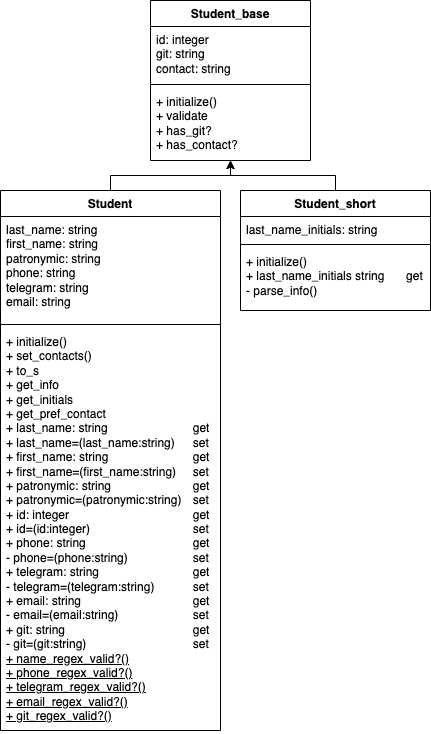
The draw.io diagram Students/UML_Student.png in MishaBlinsky/design_patterns, before a commit. Source tidied: cells renumbered, new cells last; positions are measured from the earlier drawing's top-left corner, leaving out a move shared by most shapes.
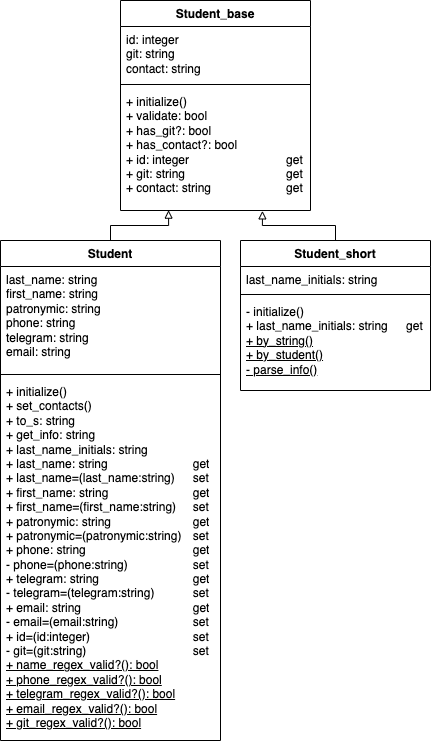
Above is the later version.

Change to the diagram source:
```diff
@@ -3,7 +3,7 @@
     <mxCell id="0" />
     <mxCell id="1" parent="0" />
     <mxCell id="2" value="Student" style="swimlane;fontStyle=1;align=center;verticalAlign=top;horizontal=1;startSize=26;whiteSpace=wrap;html=1;" parent="1" vertex="1">
-      <mxGeometry y="190" width="220" height="540" as="geometry" />
+      <mxGeometry y="190" width="220" height="500" as="geometry" />
     </mxCell>
     <mxCell id="3" value="last_name: string&lt;div&gt;first_name&lt;span style=&quot;background-color: initial;&quot;&gt;: string&lt;/span&gt;&lt;/div&gt;&lt;div&gt;patronymic&lt;span style=&quot;background-color: initial;&quot;&gt;: string&lt;/span&gt;&lt;/div&gt;&lt;div&gt;phone&lt;span style=&quot;background-color: initial;&quot;&gt;: string&lt;/span&gt;&lt;/div&gt;&lt;div&gt;telegram&lt;span style=&quot;background-color: initial;&quot;&gt;: string&lt;/span&gt;&lt;/div&gt;&lt;div&gt;email&lt;span style=&quot;background-color: initial;&quot;&gt;: string&lt;/span&gt;&lt;/div&gt;" style="text;strokeColor=none;fillColor=none;align=left;verticalAlign=top;spacingLeft=4;spacingRight=4;overflow=hidden;whiteSpace=wrap;html=1;" parent="2" vertex="1">
       <mxGeometry y="26" width="220" height="104" as="geometry" />
@@ -11,23 +11,23 @@
     <mxCell id="4" style="line;strokeWidth=1;fillColor=none;align=left;verticalAlign=middle;spacingTop=-1;spacingLeft=3;spacingRight=3;labelPosition=right;strokeColor=inherit;" parent="2" vertex="1">
       <mxGeometry y="130" width="220" height="8" as="geometry" />
     </mxCell>
-    <mxCell id="5" value="+ initialize()&lt;div&gt;+ set_contacts()&lt;/div&gt;&lt;div&gt;+ to_s&lt;/div&gt;&lt;div&gt;&lt;div&gt;+&amp;nbsp;get_info&lt;/div&gt;&lt;div&gt;+ get_initials&lt;/div&gt;&lt;div&gt;+&amp;nbsp;get_pref_contact&lt;/div&gt;&lt;/div&gt;&lt;div style=&quot;&quot;&gt;+ last_name: string&lt;span style=&quot;white-space: pre;&quot;&gt;&#9;&lt;/span&gt;&lt;span style=&quot;white-space: pre;&quot;&gt;&#9;&lt;span style=&quot;white-space: pre;&quot;&gt;&#9;&lt;/span&gt;&lt;span style=&quot;white-space: pre;&quot;&gt;&#9;&lt;/span&gt;&lt;/span&gt;get&lt;/div&gt;&lt;div&gt;+ last_name=(last_name:string)&lt;span style=&quot;white-space: pre;&quot;&gt;&#9;&lt;/span&gt;set&lt;/div&gt;&lt;div&gt;+ first_name: string&lt;span style=&quot;white-space: pre;&quot;&gt;&#9;&lt;/span&gt;&lt;span style=&quot;white-space: pre;&quot;&gt;&#9;&lt;/span&gt;&lt;span style=&quot;white-space: pre;&quot;&gt;&#9;&lt;/span&gt;&lt;span style=&quot;white-space: pre;&quot;&gt;&#9;&lt;/span&gt;get&lt;/div&gt;&lt;div&gt;+ first_name=(first_name:string)&lt;span style=&quot;white-space: pre;&quot;&gt;&#9;&lt;/span&gt;set&lt;/div&gt;&lt;div&gt;+ patronymic: string&lt;span style=&quot;white-space: pre;&quot;&gt;&#9;&lt;/span&gt;&lt;span style=&quot;white-space: pre;&quot;&gt;&#9;&lt;/span&gt;&lt;span style=&quot;white-space: pre;&quot;&gt;&#9;&lt;/span&gt;get&lt;/div&gt;&lt;div&gt;+ patronymic=(patronymic:string)&lt;span style=&quot;white-space: pre;&quot;&gt;&#9;&lt;/span&gt;set&lt;/div&gt;&lt;div&gt;+ id: integer&lt;span style=&quot;white-space: pre;&quot;&gt;&#9;&lt;/span&gt;&lt;span style=&quot;white-space: pre;&quot;&gt;&#9;&lt;/span&gt;&lt;span style=&quot;white-space: pre;&quot;&gt;&#9;&lt;/span&gt;&lt;span style=&quot;white-space: pre;&quot;&gt;&#9;&lt;/span&gt;&lt;span style=&quot;white-space: pre;&quot;&gt;&#9;&lt;/span&gt;get&lt;/div&gt;&lt;div&gt;+ id=(id:integer)&lt;span style=&quot;white-space: pre;&quot;&gt;&#9;&lt;/span&gt;&lt;span style=&quot;white-space: pre;&quot;&gt;&#9;&lt;/span&gt;&lt;span style=&quot;white-space: pre;&quot;&gt;&#9;&lt;/span&gt;&lt;span style=&quot;white-space: pre;&quot;&gt;&#9;&lt;/span&gt;set&lt;/div&gt;&lt;div&gt;+ phone: string&lt;span style=&quot;white-space: pre;&quot;&gt;&#9;&lt;/span&gt;&lt;span style=&quot;white-space: pre;&quot;&gt;&#9;&lt;/span&gt;&lt;span style=&quot;white-space: pre;&quot;&gt;&#9;&lt;/span&gt;&lt;span style=&quot;white-space: pre;&quot;&gt;&#9;&lt;/span&gt;get&lt;/div&gt;&lt;div&gt;- phone=(phone:string)&lt;span style=&quot;white-space: pre;&quot;&gt;&#9;&lt;/span&gt;&lt;span style=&quot;white-space: pre;&quot;&gt;&#9;&lt;/span&gt;&lt;span style=&quot;white-space: pre;&quot;&gt;&#9;&lt;/span&gt;set&lt;/div&gt;&lt;div&gt;+ telegram: string&lt;span style=&quot;white-space: pre;&quot;&gt;&#9;&lt;/span&gt;&lt;span style=&quot;white-space: pre;&quot;&gt;&#9;&lt;/span&gt;&lt;span style=&quot;white-space: pre;&quot;&gt;&#9;&lt;/span&gt;&lt;span style=&quot;white-space: pre;&quot;&gt;&#9;&lt;/span&gt;get&lt;/div&gt;&lt;div&gt;- telegram=(telegram:string)&lt;span style=&quot;white-space: pre;&quot;&gt;&#9;&lt;/span&gt;&lt;span style=&quot;white-space: pre;&quot;&gt;&#9;&lt;/span&gt;set&lt;/div&gt;&lt;div&gt;+ email: string&lt;span style=&quot;white-space: pre;&quot;&gt;&#9;&lt;/span&gt;&lt;span style=&quot;white-space: pre;&quot;&gt;&#9;&lt;/span&gt;&lt;span style=&quot;white-space: pre;&quot;&gt;&#9;&lt;/span&gt;&lt;span style=&quot;white-space: pre;&quot;&gt;&#9;&lt;/span&gt;&lt;span style=&quot;white-space: pre;&quot;&gt;&#9;&lt;/span&gt;get&lt;/div&gt;&lt;div&gt;- email=(email:string)&lt;span style=&quot;white-space: pre;&quot;&gt;&#9;&lt;/span&gt;&lt;span style=&quot;white-space: pre;&quot;&gt;&#9;&lt;/span&gt;&lt;span style=&quot;white-space: pre;&quot;&gt;&#9;&lt;/span&gt;set&lt;/div&gt;&lt;div&gt;+ git: string&lt;span style=&quot;white-space: pre;&quot;&gt;&#9;&lt;/span&gt;&lt;span style=&quot;white-space: pre;&quot;&gt;&#9;&lt;/span&gt;&lt;span style=&quot;white-space: pre;&quot;&gt;&#9;&lt;/span&gt;&lt;span style=&quot;white-space: pre;&quot;&gt;&#9;&lt;/span&gt;&lt;span style=&quot;white-space: pre;&quot;&gt;&#9;&lt;/span&gt;get&lt;/div&gt;&lt;div&gt;- git=(git:string)&lt;span style=&quot;white-space: pre;&quot;&gt;&#9;&lt;/span&gt;&lt;span style=&quot;white-space: pre;&quot;&gt;&#9;&lt;/span&gt;&lt;span style=&quot;white-space: pre;&quot;&gt;&#9;&lt;/span&gt;&lt;span style=&quot;white-space: pre;&quot;&gt;&#9;&lt;/span&gt;set&lt;/div&gt;&lt;div&gt;&lt;u&gt;+ name_regex_valid?()&lt;/u&gt;&lt;/div&gt;&lt;div&gt;&lt;u&gt;+ phone_regex_valid?()&lt;/u&gt;&lt;/div&gt;&lt;div&gt;&lt;div&gt;&lt;u&gt;+ telegram_regex_valid?()&lt;/u&gt;&lt;/div&gt;&lt;div&gt;&lt;u&gt;+ email_regex_valid?()&lt;/u&gt;&lt;/div&gt;&lt;/div&gt;&lt;div&gt;&lt;u&gt;+ git_regex_valid?()&lt;/u&gt;&lt;/div&gt;" style="text;strokeColor=none;fillColor=none;align=left;verticalAlign=top;spacingLeft=4;spacingRight=4;overflow=hidden;whiteSpace=wrap;html=1;" parent="2" vertex="1">
-      <mxGeometry y="138" width="220" height="402" as="geometry" />
+    <mxCell id="5" value="+ initialize()&lt;div&gt;+ set_contacts()&lt;/div&gt;&lt;div&gt;+ to_s&lt;span style=&quot;background-color: initial;&quot;&gt;: string&lt;/span&gt;&lt;/div&gt;&lt;div&gt;&lt;div&gt;+&amp;nbsp;get_info&lt;span style=&quot;background-color: initial;&quot;&gt;: string&lt;/span&gt;&lt;/div&gt;&lt;div&gt;+&amp;nbsp;&lt;span style=&quot;background-color: initial;&quot;&gt;last_name_initials&lt;/span&gt;&lt;span style=&quot;background-color: initial;&quot;&gt;: string&lt;/span&gt;&lt;/div&gt;&lt;div&gt;&lt;span style=&quot;background-color: initial;&quot;&gt;+ last_name: string&lt;/span&gt;&lt;span style=&quot;background-color: initial; white-space: pre;&quot;&gt;&#9;&lt;/span&gt;&lt;span style=&quot;background-color: initial; white-space: pre;&quot;&gt;&#9;&lt;span style=&quot;white-space: pre;&quot;&gt;&#9;&lt;/span&gt;&lt;span style=&quot;white-space: pre;&quot;&gt;&#9;&lt;/span&gt;&lt;/span&gt;&lt;span style=&quot;background-color: initial;&quot;&gt;get&lt;/span&gt;&lt;/div&gt;&lt;/div&gt;&lt;div&gt;+ last_name=(last_name:string)&lt;span style=&quot;white-space: pre;&quot;&gt;&#9;&lt;/span&gt;set&lt;/div&gt;&lt;div&gt;+ first_name: string&lt;span style=&quot;white-space: pre;&quot;&gt;&#9;&lt;/span&gt;&lt;span style=&quot;white-space: pre;&quot;&gt;&#9;&lt;/span&gt;&lt;span style=&quot;white-space: pre;&quot;&gt;&#9;&lt;/span&gt;&lt;span style=&quot;white-space: pre;&quot;&gt;&#9;&lt;/span&gt;get&lt;/div&gt;&lt;div&gt;+ first_name=(first_name:string)&lt;span style=&quot;white-space: pre;&quot;&gt;&#9;&lt;/span&gt;set&lt;/div&gt;&lt;div&gt;+ patronymic: string&lt;span style=&quot;white-space: pre;&quot;&gt;&#9;&lt;/span&gt;&lt;span style=&quot;white-space: pre;&quot;&gt;&#9;&lt;/span&gt;&lt;span style=&quot;white-space: pre;&quot;&gt;&#9;&lt;/span&gt;get&lt;/div&gt;&lt;div&gt;+ patronymic=(patronymic:string)&lt;span style=&quot;white-space: pre;&quot;&gt;&#9;&lt;/span&gt;set&lt;/div&gt;&lt;div&gt;&lt;span style=&quot;background-color: initial;&quot;&gt;+ phone: string&lt;/span&gt;&lt;span style=&quot;background-color: initial; white-space: pre;&quot;&gt;&#9;&lt;/span&gt;&lt;span style=&quot;background-color: initial; white-space: pre;&quot;&gt;&#9;&lt;/span&gt;&lt;span style=&quot;background-color: initial; white-space: pre;&quot;&gt;&#9;&lt;/span&gt;&lt;span style=&quot;background-color: initial; white-space: pre;&quot;&gt;&#9;&lt;/span&gt;&lt;span style=&quot;background-color: initial;&quot;&gt;get&lt;/span&gt;&lt;br&gt;&lt;/div&gt;&lt;div&gt;- phone=(phone:string)&lt;span style=&quot;white-space: pre;&quot;&gt;&#9;&lt;/span&gt;&lt;span style=&quot;white-space: pre;&quot;&gt;&#9;&lt;/span&gt;&lt;span style=&quot;white-space: pre;&quot;&gt;&#9;&lt;/span&gt;set&lt;/div&gt;&lt;div&gt;+ telegram: string&lt;span style=&quot;white-space: pre;&quot;&gt;&#9;&lt;/span&gt;&lt;span style=&quot;white-space: pre;&quot;&gt;&#9;&lt;/span&gt;&lt;span style=&quot;white-space: pre;&quot;&gt;&#9;&lt;/span&gt;&lt;span style=&quot;white-space: pre;&quot;&gt;&#9;&lt;/span&gt;get&lt;/div&gt;&lt;div&gt;- telegram=(telegram:string)&lt;span style=&quot;white-space: pre;&quot;&gt;&#9;&lt;/span&gt;&lt;span style=&quot;white-space: pre;&quot;&gt;&#9;&lt;/span&gt;set&lt;/div&gt;&lt;div&gt;+ email: string&lt;span style=&quot;white-space: pre;&quot;&gt;&#9;&lt;/span&gt;&lt;span style=&quot;white-space: pre;&quot;&gt;&#9;&lt;/span&gt;&lt;span style=&quot;white-space: pre;&quot;&gt;&#9;&lt;/span&gt;&lt;span style=&quot;white-space: pre;&quot;&gt;&#9;&lt;/span&gt;&lt;span style=&quot;white-space: pre;&quot;&gt;&#9;&lt;/span&gt;get&lt;/div&gt;&lt;div&gt;- email=(email:string)&lt;span style=&quot;white-space: pre;&quot;&gt;&#9;&lt;/span&gt;&lt;span style=&quot;white-space: pre;&quot;&gt;&#9;&lt;/span&gt;&lt;span style=&quot;white-space: pre;&quot;&gt;&#9;&lt;/span&gt;set&lt;/div&gt;&lt;div&gt;&lt;div&gt;&lt;span style=&quot;background-color: initial;&quot;&gt;+ id=(id:integer)&lt;/span&gt;&lt;span style=&quot;background-color: initial; white-space: pre;&quot;&gt;&#9;&lt;/span&gt;&lt;span style=&quot;background-color: initial; white-space: pre;&quot;&gt;&#9;&lt;span style=&quot;white-space: pre;&quot;&gt;&#9;&lt;span style=&quot;white-space: pre;&quot;&gt;&#9;&lt;/span&gt;&lt;/span&gt;&lt;/span&gt;&lt;span style=&quot;background-color: initial;&quot;&gt;set&lt;/span&gt;&lt;br&gt;&lt;/div&gt;&lt;div&gt;- git=(git:string)&lt;span style=&quot;white-space: pre;&quot;&gt;&#9;&lt;/span&gt;&lt;span style=&quot;white-space: pre;&quot;&gt;&#9;&lt;span style=&quot;white-space: pre;&quot;&gt;&#9;&lt;span style=&quot;white-space: pre;&quot;&gt;&#9;&lt;/span&gt;&lt;/span&gt;&lt;/span&gt;set&lt;/div&gt;&lt;/div&gt;&lt;div&gt;&lt;u style=&quot;background-color: initial;&quot;&gt;+ name_regex_valid?(): bool&lt;/u&gt;&lt;/div&gt;&lt;div&gt;&lt;u&gt;+ phone_regex_valid?(): bool&lt;/u&gt;&lt;/div&gt;&lt;div&gt;&lt;div&gt;&lt;u&gt;+ telegram_regex_valid?(): bool&lt;/u&gt;&lt;/div&gt;&lt;div&gt;&lt;u&gt;+ email_regex_valid?(): bool&lt;/u&gt;&lt;/div&gt;&lt;/div&gt;&lt;div&gt;&lt;u&gt;+ git_regex_valid?(): bool&lt;/u&gt;&lt;/div&gt;" style="text;strokeColor=none;fillColor=none;align=left;verticalAlign=top;spacingLeft=4;spacingRight=4;overflow=hidden;whiteSpace=wrap;html=1;" parent="2" vertex="1">
+      <mxGeometry y="138" width="220" height="362" as="geometry" />
     </mxCell>
     <mxCell id="6" value="Student_base" style="swimlane;fontStyle=1;align=center;verticalAlign=top;horizontal=1;startSize=26;whiteSpace=wrap;html=1;" parent="1" vertex="1">
-      <mxGeometry x="150" width="160" height="160" as="geometry" />
+      <mxGeometry x="120" y="-50" width="190" height="210" as="geometry" />
     </mxCell>
     <mxCell id="7" value="id: integer&lt;div&gt;git: string&lt;/div&gt;&lt;div&gt;contact: string&lt;/div&gt;" style="text;strokeColor=none;fillColor=none;align=left;verticalAlign=top;spacingLeft=4;spacingRight=4;overflow=hidden;whiteSpace=wrap;html=1;" parent="6" vertex="1">
-      <mxGeometry y="26" width="160" height="54" as="geometry" />
+      <mxGeometry y="26" width="190" height="54" as="geometry" />
     </mxCell>
     <mxCell id="8" style="line;strokeWidth=1;fillColor=none;align=left;verticalAlign=middle;spacingTop=-1;spacingLeft=3;spacingRight=3;labelPosition=right;strokeColor=inherit;" parent="6" vertex="1">
-      <mxGeometry y="80" width="160" height="8" as="geometry" />
+      <mxGeometry y="80" width="190" height="8" as="geometry" />
     </mxCell>
-    <mxCell id="9" value="+ initialize()&lt;div&gt;+ validate&lt;/div&gt;&lt;div&gt;+ has_git?&lt;/div&gt;&lt;div&gt;+ has_contact?&lt;/div&gt;" style="text;strokeColor=none;fillColor=none;align=left;verticalAlign=top;spacingLeft=4;spacingRight=4;overflow=hidden;points=[[0,0.5],[1,0.5]];portConstraint=eastwest;whiteSpace=wrap;html=1;imageHeight=24;" parent="6" vertex="1">
-      <mxGeometry y="88" width="160" height="72" as="geometry" />
+    <mxCell id="9" value="+ initialize()&lt;div&gt;+ validate: bool&lt;/div&gt;&lt;div&gt;+ has_git?: bool&lt;/div&gt;&lt;div&gt;+ has_contact?: bool&lt;/div&gt;&lt;div&gt;+ id: integer&lt;span style=&quot;white-space: pre;&quot;&gt;&#9;&lt;/span&gt;&lt;span style=&quot;white-space: pre;&quot;&gt;&#9;&lt;span style=&quot;white-space: pre;&quot;&gt;&#9;&lt;span style=&quot;white-space: pre;&quot;&gt;&#9;&lt;/span&gt;&lt;/span&gt;&lt;/span&gt;get&lt;br&gt;&lt;/div&gt;&lt;div&gt;&lt;span style=&quot;background-color: initial;&quot;&gt;+ git: string&lt;/span&gt;&lt;span style=&quot;background-color: initial; white-space: pre;&quot;&gt;&#9;&lt;/span&gt;&lt;span style=&quot;background-color: initial; white-space: pre;&quot;&gt;&#9;&lt;span style=&quot;white-space: pre;&quot;&gt;&#9;&lt;span style=&quot;white-space: pre;&quot;&gt;&#9;&lt;/span&gt;&lt;/span&gt;&lt;/span&gt;&lt;span style=&quot;background-color: initial;&quot;&gt;get&lt;/span&gt;&lt;br&gt;&lt;/div&gt;&lt;div&gt;&lt;div&gt;&lt;span style=&quot;background-color: initial;&quot;&gt;+ contact: string&lt;/span&gt;&lt;span style=&quot;background-color: initial; white-space: pre;&quot;&gt;&#9;&lt;/span&gt;&lt;span style=&quot;background-color: initial; white-space: pre;&quot;&gt;&#9;&lt;span style=&quot;white-space: pre;&quot;&gt;&#9;&lt;/span&gt;&lt;/span&gt;&lt;span style=&quot;background-color: initial;&quot;&gt;get&lt;/span&gt;&lt;br&gt;&lt;/div&gt;&lt;/div&gt;&lt;div&gt;&lt;br&gt;&lt;/div&gt;&lt;div&gt;&lt;br&gt;&lt;/div&gt;" style="text;strokeColor=none;fillColor=none;align=left;verticalAlign=top;spacingLeft=4;spacingRight=4;overflow=hidden;points=[[0,0.5],[1,0.5]];portConstraint=eastwest;whiteSpace=wrap;html=1;imageHeight=24;" parent="6" vertex="1">
+      <mxGeometry y="88" width="190" height="122" as="geometry" />
     </mxCell>
     <mxCell id="10" value="Student_short" style="swimlane;fontStyle=1;align=center;verticalAlign=top;horizontal=1;startSize=26;whiteSpace=wrap;html=1;" parent="1" vertex="1">
-      <mxGeometry x="240" y="190" width="190" height="120" as="geometry" />
+      <mxGeometry x="240" y="190" width="190" height="150" as="geometry" />
     </mxCell>
     <mxCell id="11" value="last_name_initials: string" style="text;strokeColor=none;fillColor=none;align=left;verticalAlign=top;spacingLeft=4;spacingRight=4;overflow=hidden;whiteSpace=wrap;html=1;" parent="10" vertex="1">
       <mxGeometry y="26" width="190" height="24" as="geometry" />
@@ -35,14 +35,14 @@
     <mxCell id="12" style="line;strokeWidth=1;fillColor=none;align=left;verticalAlign=middle;spacingTop=-1;spacingLeft=3;spacingRight=3;labelPosition=right;strokeColor=inherit;" parent="10" vertex="1">
       <mxGeometry y="50" width="190" height="8" as="geometry" />
     </mxCell>
-    <mxCell id="13" value="+ initialize()&lt;div&gt;+ last_name_initials&amp;nbsp;string&lt;span style=&quot;white-space: pre;&quot;&gt;&#9;&lt;/span&gt;get&lt;div&gt;- parse_info()&lt;/div&gt;&lt;/div&gt;" style="text;strokeColor=none;fillColor=none;align=left;verticalAlign=top;spacingLeft=4;spacingRight=4;overflow=hidden;whiteSpace=wrap;html=1;" parent="10" vertex="1">
-      <mxGeometry y="58" width="190" height="62" as="geometry" />
+    <mxCell id="13" value="- initialize()&lt;div&gt;+ last_name_initials: string&lt;span style=&quot;white-space: pre;&quot;&gt;&#9;&lt;/span&gt;get&lt;/div&gt;&lt;div&gt;&lt;u&gt;+ by_string()&lt;/u&gt;&lt;/div&gt;&lt;div&gt;&lt;u&gt;+ by_student()&lt;/u&gt;&lt;/div&gt;&lt;div&gt;&lt;div&gt;&lt;u&gt;- parse_info()&lt;/u&gt;&lt;/div&gt;&lt;/div&gt;" style="text;strokeColor=none;fillColor=none;align=left;verticalAlign=top;spacingLeft=4;spacingRight=4;overflow=hidden;whiteSpace=wrap;html=1;" parent="10" vertex="1">
+      <mxGeometry y="58" width="190" height="92" as="geometry" />
     </mxCell>
-    <mxCell id="14" style="endArrow=classic;html=1;rounded=0;edgeStyle=orthogonalEdgeStyle;exitX=0.5;exitY=0;exitDx=0;exitDy=0;" parent="1" edge="1" source="2" target="6">
-      <mxGeometry relative="1" as="geometry" />
-    </mxCell>
-    <mxCell id="15" style="endArrow=classic;html=1;rounded=0;edgeStyle=orthogonalEdgeStyle;exitX=0.5;exitY=0;exitDx=0;exitDy=0;" parent="1" edge="1" source="10" target="6">
-      <mxGeometry relative="1" as="geometry" />
-    </mxCell>
+    <mxCell id="16" style="endArrow=block;html=1;rounded=0;exitX=0.5;exitY=0;exitDx=0;exitDy=0;entryX=0.253;entryY=0.997;entryDx=0;entryDy=0;entryPerimeter=0;endFill=0;edgeStyle=orthogonalEdgeStyle;" parent="1" edge="1" source="2" target="9">
+      <mxGeometry relative="1" as="geometry" />
+    </mxCell>
+    <mxCell id="17" style="endArrow=block;html=1;rounded=0;exitX=0.5;exitY=0;exitDx=0;exitDy=0;entryX=0.747;entryY=1.003;entryDx=0;entryDy=0;entryPerimeter=0;edgeStyle=orthogonalEdgeStyle;endFill=0;" parent="1" edge="1" source="10" target="9">
+      <mxGeometry relative="1" as="geometry" />
+    </mxCell>
   </root>
 </mxGraphModel>
```
